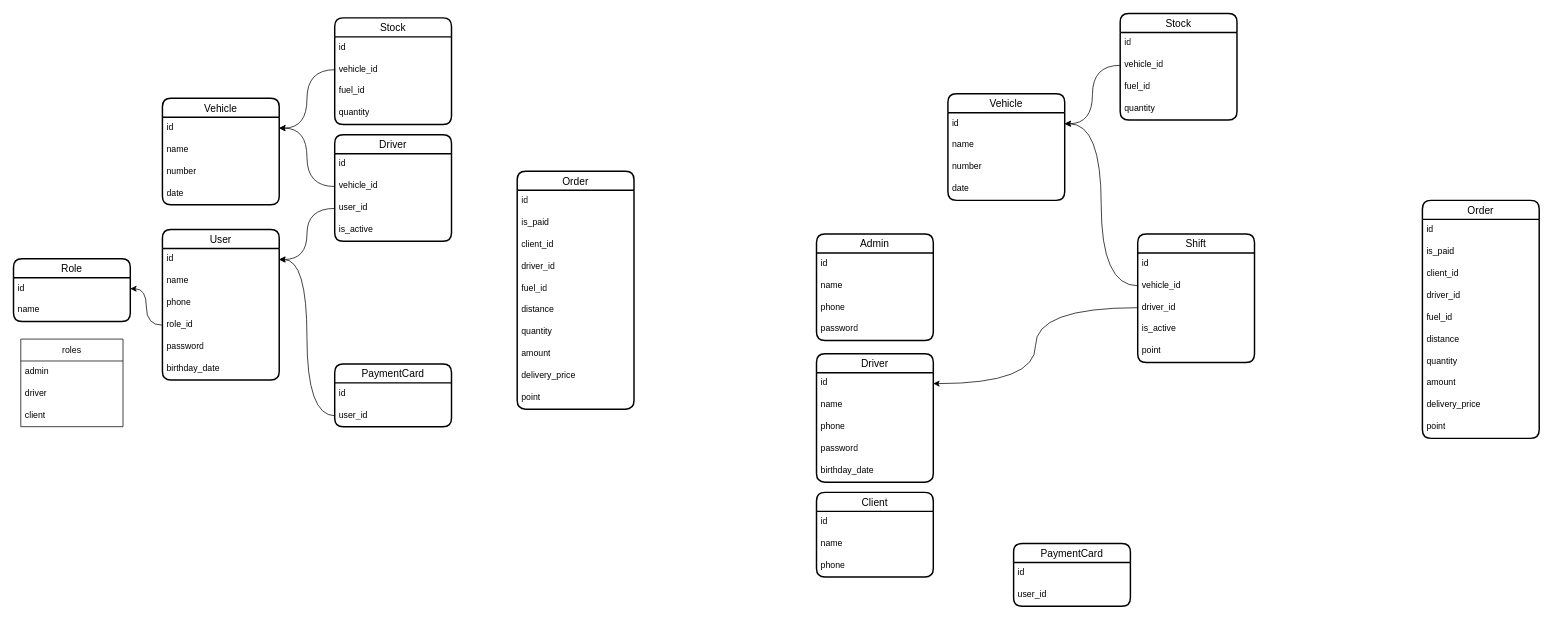
This is uzneftgaz.drawio from iztileuoff/databases, a draw.io file, before an edit. Source tidied: cells renumbered, new cells numbered last; positions are measured from the earlier drawing's top-left corner, leaving out a move shared by most shapes. Both pictures are drawn from the tidied source at 73%, with x=0, y=0 at pixel (13, 13).
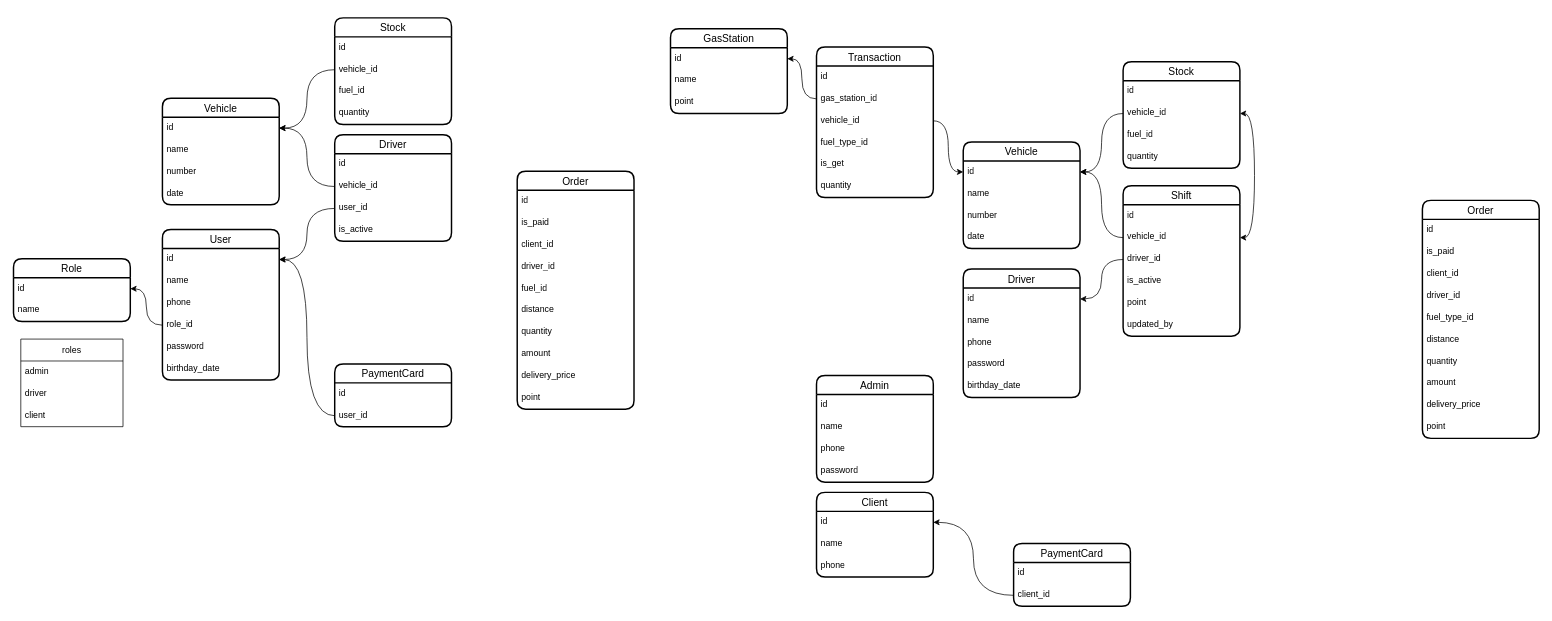
After the change.

The change refers to these unchanged cells:
```xml
<mxCell id="55" value="Order" style="swimlane;fontStyle=0;horizontal=1;startSize=26;align=center;fontSize=14;strokeWidth=2;rounded=1;shadow=0;glass=0;swimlaneLine=1;" parent="1" vertex="1">
  <mxGeometry x="1930" y="256" width="160" height="326" as="geometry" />
</mxCell>
<mxCell id="68" value="vehicle_id" style="text;strokeColor=none;fillColor=none;spacingLeft=4;spacingRight=4;overflow=hidden;points=[[0,0.5],[1,0.5]];portConstraint=eastwest;fontSize=12;whiteSpace=wrap;html=1;" parent="66" vertex="1">
  <mxGeometry y="56" width="160" height="30" as="geometry" />
</mxCell>
<mxCell id="72" value="id" style="text;strokeColor=none;fillColor=none;spacingLeft=4;spacingRight=4;overflow=hidden;points=[[0,0.5],[1,0.5]];portConstraint=eastwest;fontSize=12;whiteSpace=wrap;html=1;" parent="71" vertex="1">
  <mxGeometry y="26" width="160" height="30" as="geometry" />
</mxCell>
<mxCell id="77" value="PaymentCard" style="swimlane;fontStyle=0;horizontal=1;startSize=26;align=center;fontSize=14;strokeWidth=2;rounded=1;shadow=0;glass=0;swimlaneLine=1;" parent="1" vertex="1">
  <mxGeometry x="1370" y="726" width="160" height="86" as="geometry" />
</mxCell>
<mxCell id="87" value="id" style="text;strokeColor=none;fillColor=none;spacingLeft=4;spacingRight=4;overflow=hidden;points=[[0,0.5],[1,0.5]];portConstraint=eastwest;fontSize=12;whiteSpace=wrap;html=1;" parent="86" vertex="1">
  <mxGeometry y="26" width="160" height="30" as="geometry" />
</mxCell>
<mxCell id="92" value="vehicle_id" style="text;strokeColor=none;fillColor=none;spacingLeft=4;spacingRight=4;overflow=hidden;points=[[0,0.5],[1,0.5]];portConstraint=eastwest;fontSize=12;whiteSpace=wrap;html=1;" parent="90" vertex="1">
  <mxGeometry y="56" width="160" height="30" as="geometry" />
</mxCell>
```

What changed in the source:
```diff
@@
     <mxCell id="50" value="Admin" style="swimlane;fontStyle=0;horizontal=1;startSize=26;align=center;fontSize=14;strokeWidth=2;rounded=1;shadow=0;glass=0;swimlaneLine=1;" parent="1" vertex="1">
-      <mxGeometry x="1100" y="302" width="160" height="146" as="geometry" />
+      <mxGeometry x="1100" y="496" width="160" height="146" as="geometry" />
     </mxCell>
@@
-    <mxCell id="60" value="fuel_id" style="text;strokeColor=none;fillColor=none;spacingLeft=4;spacingRight=4;overflow=hidden;fontSize=12;whiteSpace=wrap;html=1;" parent="55" vertex="1">
+    <mxCell id="60" value="fuel_type_id" style="text;strokeColor=none;fillColor=none;spacingLeft=4;spacingRight=4;overflow=hidden;fontSize=12;whiteSpace=wrap;html=1;" parent="55" vertex="1">
       <mxGeometry y="146" width="160" height="30" as="geometry" />
     </mxCell>
@@
     <mxCell id="66" value="Stock" style="swimlane;fontStyle=0;horizontal=1;startSize=26;align=center;fontSize=14;strokeWidth=2;rounded=1;shadow=0;glass=0;swimlaneLine=1;" parent="1" vertex="1">
-      <mxGeometry x="1516" width="160" height="146" as="geometry" />
+      <mxGeometry x="1520" y="66" width="160" height="146" as="geometry" />
     </mxCell>
@@
     <mxCell id="71" value="Vehicle" style="swimlane;fontStyle=0;horizontal=1;startSize=26;align=center;fontSize=14;strokeWidth=2;rounded=1;shadow=0;glass=0;swimlaneLine=1;" parent="1" vertex="1">
-      <mxGeometry x="1280" y="110" width="160" height="146" as="geometry" />
+      <mxGeometry x="1301" y="176" width="160" height="146" as="geometry" />
     </mxCell>
@@
-    <mxCell id="79" value="user_id" style="text;strokeColor=none;fillColor=none;spacingLeft=4;spacingRight=4;overflow=hidden;points=[[0,0.5],[1,0.5]];portConstraint=eastwest;fontSize=12;whiteSpace=wrap;html=1;" parent="77" vertex="1">
+    <mxCell id="79" value="client_id" style="text;strokeColor=none;fillColor=none;spacingLeft=4;spacingRight=4;overflow=hidden;points=[[0,0.5],[1,0.5]];portConstraint=eastwest;fontSize=12;whiteSpace=wrap;html=1;" parent="77" vertex="1">
       <mxGeometry y="56" width="160" height="30" as="geometry" />
     </mxCell>
     <mxCell id="80" value="Driver" style="swimlane;fontStyle=0;horizontal=1;startSize=26;align=center;fontSize=14;strokeWidth=2;rounded=1;shadow=0;glass=0;swimlaneLine=1;" parent="1" vertex="1">
-      <mxGeometry x="1100" y="466" width="160" height="176" as="geometry" />
+      <mxGeometry x="1301" y="350" width="160" height="176" as="geometry" />
     </mxCell>
@@
     <mxCell id="90" value="Shift" style="swimlane;fontStyle=0;horizontal=1;startSize=26;align=center;fontSize=14;strokeWidth=2;rounded=1;shadow=0;glass=0;swimlaneLine=1;" parent="1" vertex="1">
-      <mxGeometry x="1540" y="302" width="160" height="176" as="geometry" />
+      <mxGeometry x="1520" y="236" width="160" height="206" as="geometry" />
     </mxCell>
@@
+    <mxCell id="98" value="updated_by" style="text;strokeColor=none;fillColor=none;spacingLeft=4;spacingRight=4;overflow=hidden;fontSize=12;whiteSpace=wrap;html=1;" parent="90" vertex="1">
+      <mxGeometry y="176" width="160" height="30" as="geometry" />
+    </mxCell>
@@
+    <mxCell id="99" value="GasStation" style="swimlane;fontStyle=0;horizontal=1;startSize=26;align=center;fontSize=14;strokeWidth=2;rounded=1;shadow=0;glass=0;swimlaneLine=1;" parent="1" vertex="1">
+      <mxGeometry x="900" y="21" width="160" height="116" as="geometry" />
+    </mxCell>
+    <mxCell id="100" value="id" style="text;strokeColor=none;fillColor=none;spacingLeft=4;spacingRight=4;overflow=hidden;points=[[0,0.5],[1,0.5]];portConstraint=eastwest;fontSize=12;whiteSpace=wrap;html=1;" parent="99" vertex="1">
+      <mxGeometry y="26" width="160" height="30" as="geometry" />
+    </mxCell>
+    <mxCell id="101" value="name" style="text;strokeColor=none;fillColor=none;spacingLeft=4;spacingRight=4;overflow=hidden;fontSize=12;whiteSpace=wrap;html=1;" parent="99" vertex="1">
+      <mxGeometry y="56" width="160" height="30" as="geometry" />
+    </mxCell>
+    <mxCell id="102" value="point" style="text;strokeColor=none;fillColor=none;spacingLeft=4;spacingRight=4;overflow=hidden;fontSize=12;whiteSpace=wrap;html=1;" parent="99" vertex="1">
+      <mxGeometry y="86" width="160" height="30" as="geometry" />
+    </mxCell>
+    <mxCell id="103" value="Transaction" style="swimlane;fontStyle=0;horizontal=1;startSize=26;align=center;fontSize=14;strokeWidth=2;rounded=1;shadow=0;glass=0;swimlaneLine=1;" parent="1" vertex="1">
+      <mxGeometry x="1100" y="46" width="160" height="206" as="geometry" />
+    </mxCell>
+    <mxCell id="104" value="id" style="text;strokeColor=none;fillColor=none;spacingLeft=4;spacingRight=4;overflow=hidden;fontSize=12;whiteSpace=wrap;html=1;" parent="103" vertex="1">
+      <mxGeometry y="26" width="160" height="30" as="geometry" />
+    </mxCell>
+    <mxCell id="105" value="gas_station_id" style="text;strokeColor=none;fillColor=none;spacingLeft=4;spacingRight=4;overflow=hidden;points=[[0,0.5],[1,0.5]];portConstraint=eastwest;fontSize=12;whiteSpace=wrap;html=1;" parent="103" vertex="1">
+      <mxGeometry y="56" width="160" height="30" as="geometry" />
+    </mxCell>
+    <mxCell id="106" value="vehicle_id" style="text;strokeColor=none;fillColor=none;spacingLeft=4;spacingRight=4;overflow=hidden;points=[[0,0.5],[1,0.5]];portConstraint=eastwest;fontSize=12;whiteSpace=wrap;html=1;" parent="103" vertex="1">
+      <mxGeometry y="86" width="160" height="30" as="geometry" />
+    </mxCell>
+    <mxCell id="107" value="fuel_type_id" style="text;strokeColor=none;fillColor=none;spacingLeft=4;spacingRight=4;overflow=hidden;fontSize=12;whiteSpace=wrap;html=1;" parent="103" vertex="1">
+      <mxGeometry y="116" width="160" height="30" as="geometry" />
+    </mxCell>
+    <mxCell id="108" value="is_get" style="text;strokeColor=none;fillColor=none;spacingLeft=4;spacingRight=4;overflow=hidden;fontSize=12;whiteSpace=wrap;html=1;" parent="103" vertex="1">
+      <mxGeometry y="146" width="160" height="30" as="geometry" />
+    </mxCell>
+    <mxCell id="109" value="quantity" style="text;strokeColor=none;fillColor=none;spacingLeft=4;spacingRight=4;overflow=hidden;fontSize=12;whiteSpace=wrap;html=1;" parent="103" vertex="1">
+      <mxGeometry y="176" width="160" height="30" as="geometry" />
+    </mxCell>
+    <mxCell id="110" style="edgeStyle=orthogonalEdgeStyle;rounded=0;jettySize=auto;html=1;entryX=1;entryY=0.5;entryDx=0;entryDy=0;curved=1;startArrow=classic;startFill=1;" parent="1" edge="1" source="68" target="92">
+      <mxGeometry relative="1" as="geometry">
+        <Array as="points">
+          <mxPoint x="1700" y="137" />
+          <mxPoint x="1700" y="307" />
+        </Array>
+      </mxGeometry>
+    </mxCell>
+    <mxCell id="111" style="edgeStyle=orthogonalEdgeStyle;rounded=0;jettySize=auto;html=1;entryX=0;entryY=0.5;entryDx=0;entryDy=0;curved=1;" parent="1" edge="1" source="106" target="72">
+      <mxGeometry relative="1" as="geometry" />
+    </mxCell>
+    <mxCell id="112" style="edgeStyle=orthogonalEdgeStyle;rounded=0;jettySize=auto;html=1;entryX=1;entryY=0.5;entryDx=0;entryDy=0;curved=1;" parent="1" edge="1" source="105" target="100">
+      <mxGeometry relative="1" as="geometry" />
+    </mxCell>
+    <mxCell id="113" style="edgeStyle=orthogonalEdgeStyle;rounded=0;jettySize=auto;html=1;entryX=1;entryY=0.5;entryDx=0;entryDy=0;curved=1;" parent="1" edge="1" source="79" target="87">
+      <mxGeometry relative="1" as="geometry" />
+    </mxCell>
```
